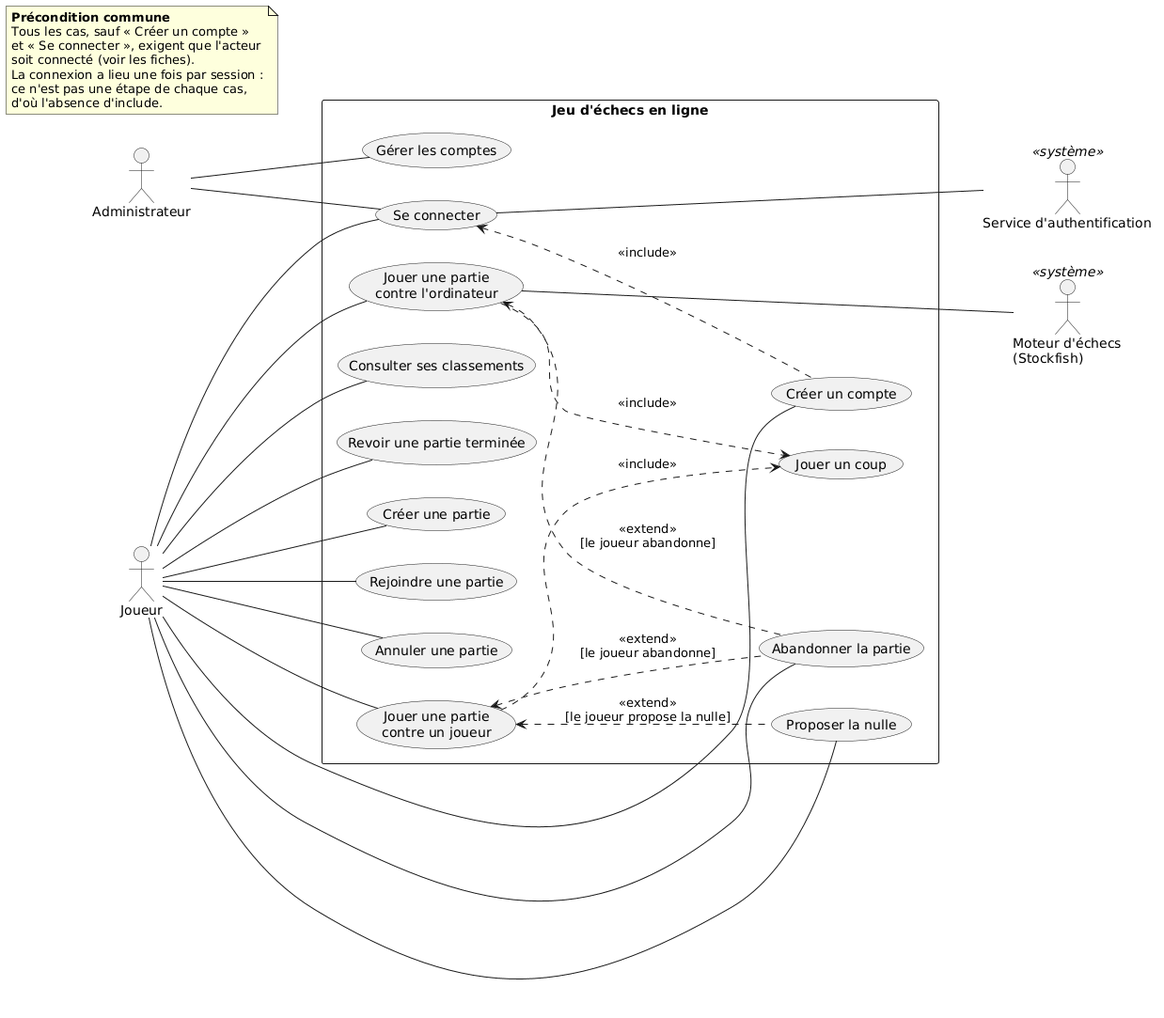
Earlier version of the PlantUML export diagrams/cas-utilisation.png (kevinBissouth/projet_echecs_tic315). The source it was exported from:
```plantuml
@startuml

left to right direction
skinparam packageStyle rectangle

actor "Joueur" as Joueur
actor "Administrateur" as Admin
actor "Service d'authentification" as Auth <<système>>
actor "Moteur d'échecs\n(Stockfish)" as Moteur <<système>>

rectangle "Jeu d'échecs en ligne" {
  usecase "Se connecter" as UC1
  usecase "Créer un compte" as UC2
  usecase "Créer une partie" as UC3
  usecase "Rejoindre une partie" as UC4
  usecase "Annuler une partie" as UC5
  usecase "Jouer une partie\ncontre un joueur" as UC6
  usecase "Proposer la nulle" as UC9
  usecase "Abandonner la partie" as UC10
  usecase "Jouer un coup" as UC8
  usecase "Jouer une partie\ncontre l'ordinateur" as UC7
  usecase "Consulter ses classements" as UC11
  usecase "Revoir une partie terminée" as UC12
  usecase "Gérer les comptes" as UC13
}

Joueur -- UC1
Joueur -- UC3
Joueur -- UC4
Joueur -- UC5
Joueur -- UC6
Joueur -- UC7
Joueur -- UC11
Joueur -- UC12
Joueur -- UC2
Joueur -- UC9
Joueur -- UC10

Admin -- UC1
Admin -- UC13

UC1 <.. UC2 : <<include>>

UC6 <.. UC9 : <<extend>>\n[le joueur propose la nulle]
UC6 <.. UC10 : <<extend>>\n[le joueur abandonne]
UC7 <.. UC10 : <<extend>>\n[le joueur abandonne]

UC6 ..> UC8 : <<include>>
UC7 ..> UC8 : <<include>>

note as Precondition
  <b>Précondition commune</b>
  Tous les cas, sauf « Créer un compte »
  et « Se connecter », exigent que l'acteur
  soit connecté (voir les fiches).
  La connexion a lieu une fois par session :
  ce n'est pas une étape de chaque cas,
  d'où l'absence d'include.
end note

UC1 --- Auth
UC7 --- Moteur
@enduml
```
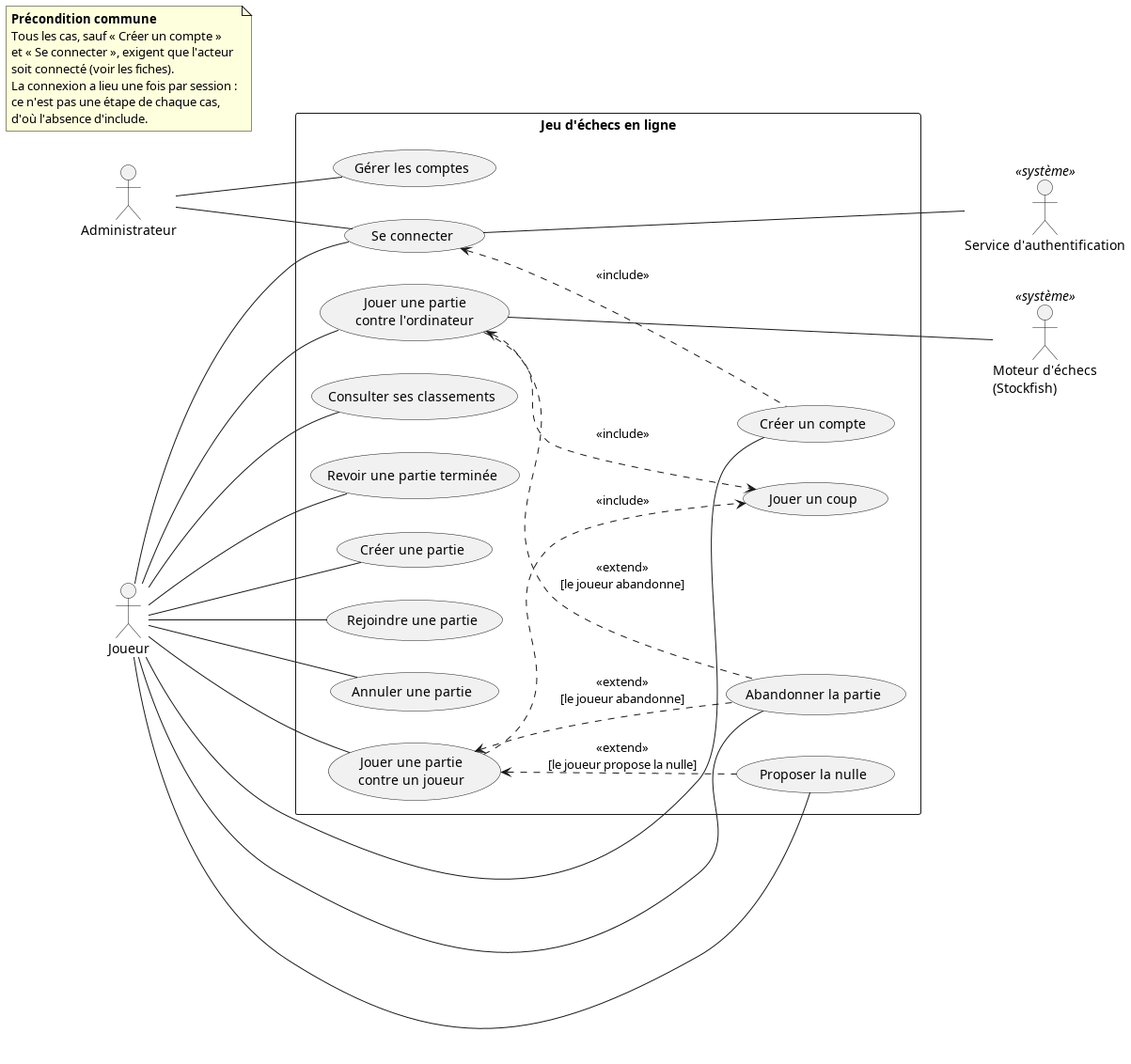
Above is the later version.

Change to the diagram source:
```diff
@@ -1,4 +1,4 @@
-@startuml
+@startuml cas-utilisation
 
 left to right direction
 skinparam packageStyle rectangle
@@ -60,4 +60,5 @@
 
 UC1 --- Auth
 UC7 --- Moteur
+
 @enduml
```
